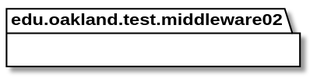
Before: docs/uml-class-diagrams/middleware02/test/Middleware02TestPackage_InternalDependencies.svg, a diagram exported from PlantUML (elilley15/csi-3370-software-project). The source it was exported from:
```plantuml
@startuml Middleware02TestPackage_InternalDependencies

package edu.oakland.test.middleware02 {

}

@enduml
```
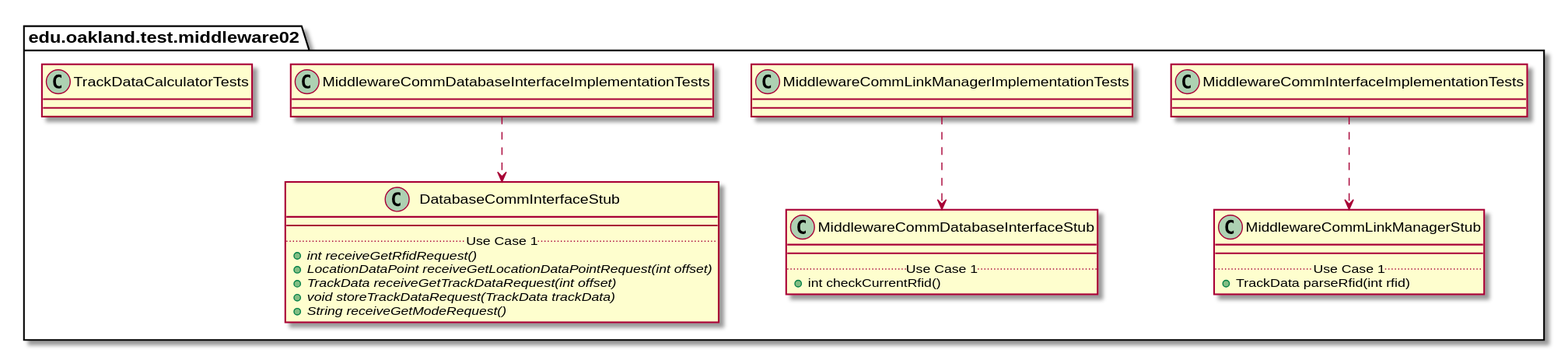
Later version of the same file.

The edit, as a diff of the source:
```diff
@@ -4,4 +4,70 @@
 
 }
 
+
+package edu.oakland.test.middleware02 {
+    class MiddlewareCommInterfaceImplementationTests {
+
+    }
+}
+
+
+
+package edu.oakland.test.middleware02 {
+    class MiddlewareCommLinkManagerStub {
+        __
+        .. Use Case 1 ..
+        + TrackData parseRfid(int rfid)
+    }
+}
+
+MiddlewareCommInterfaceImplementationTests ..> MiddlewareCommLinkManagerStub
+
+package edu.oakland.test.middleware02 {
+    class MiddlewareCommLinkManagerImplementationTests {
+
+    }
+}
+
+
+
+package edu.oakland.test.middleware02 {
+    class MiddlewareCommDatabaseInterfaceStub {
+        __
+        .. Use Case 1 ..
+        + int checkCurrentRfid()
+    }
+}
+
+MiddlewareCommLinkManagerImplementationTests ..> MiddlewareCommDatabaseInterfaceStub
+
+package edu.oakland.test.middleware02 {
+    class MiddlewareCommDatabaseInterfaceImplementationTests {
+
+    }
+}
+
+
+
+package edu.oakland.test.middleware02 {
+    class DatabaseCommInterfaceStub {
+        __
+        .. Use Case 1 ..
+        {abstract} + int receiveGetRfidRequest()
+        {abstract} + LocationDataPoint receiveGetLocationDataPointRequest(int offset)
+        {abstract} + TrackData receiveGetTrackDataRequest(int offset)
+        {abstract} + void storeTrackDataRequest(TrackData trackData)
+        {abstract} + String receiveGetModeRequest()
+    }
+}
+
+MiddlewareCommDatabaseInterfaceImplementationTests ..> DatabaseCommInterfaceStub
+
+package edu.oakland.test.middleware02 {
+    class TrackDataCalculatorTests {
+
+    }
+}
+
+
 @enduml
```
